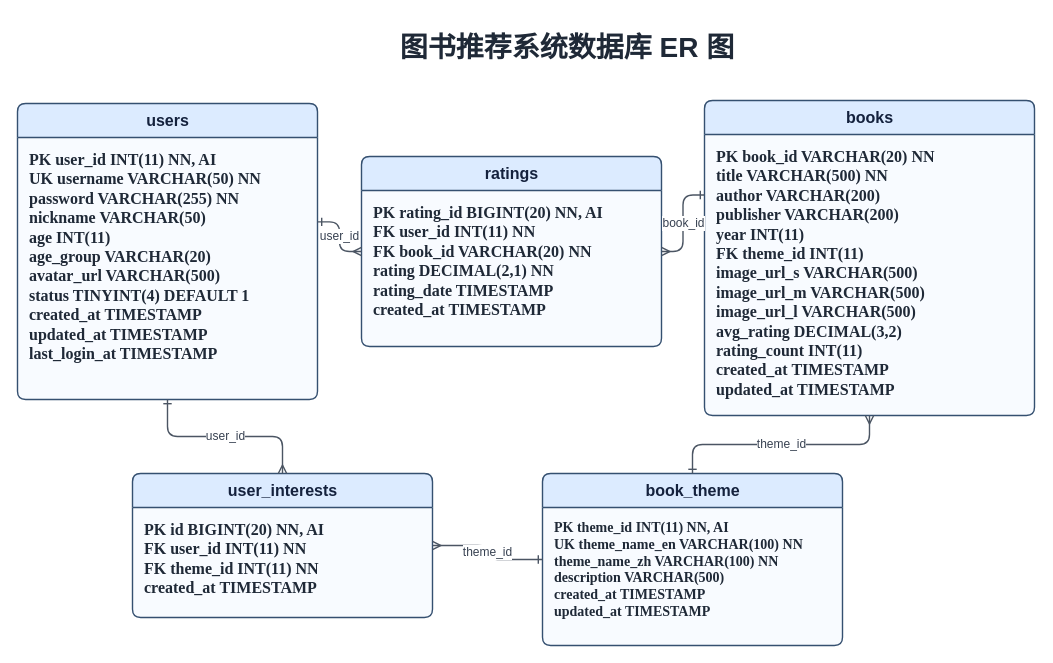
Before: docs/pic/er-diagram.drawio in CodeCodeUp/Books, a draw.io diagram. Source tidied: cells renumbered, new cells numbered last; positions are measured from the earlier drawing's top-left corner, leaving out a move shared by most shapes. Both pictures are drawn from the tidied source at 100%, with x=0, y=0 at pixel (17, 23).
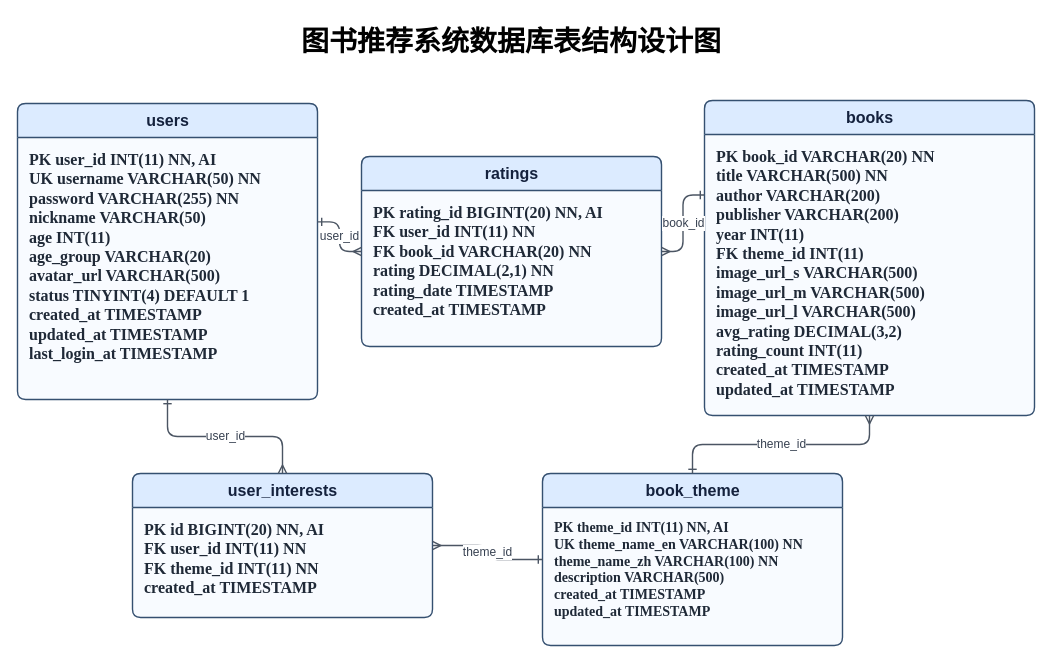
The same page after the edit.

Commit message (it also covers changes not shown here):
更正流程图

The edit, as a diff of the source:
```diff
@@
 <mxGraphModel>
   <root>
     <mxCell id="0" />
     <mxCell id="1" parent="0" />
-    <mxCell id="2" value="图书推荐系统数据库 ER 图" style="text;html=1;fontSize=28;fontStyle=1;fontColor=#1F2937;align=center;verticalAlign=middle;whiteSpace=wrap;" parent="1" vertex="1">
-      <mxGeometry x="280" width="540" height="48" as="geometry" />
+    <mxCell id="2" value="&lt;font face=&quot;Helvetica&quot; style=&quot;color: rgb(0, 0, 0);&quot;&gt;&lt;span style=&quot;line-height: 150%;&quot;&gt;图书推荐系统数据库表结构设计图&lt;/span&gt;&lt;/font&gt;" style="text;html=1;fontSize=28;fontStyle=1;fontColor=#1F2937;align=center;verticalAlign=middle;whiteSpace=wrap;" parent="1" vertex="1">
+      <mxGeometry x="224" y="-6" width="540" height="48" as="geometry" />
     </mxCell>
     <mxCell id="3" value="users" style="swimlane;fontStyle=1;startSize=34;rounded=1;arcSize=8;fillColor=#DCEBFF;swimlaneFillColor=#F8FBFF;strokeColor=#355070;strokeWidth=1.4;fontSize=16;fontColor=#14213D;align=center;html=1;" parent="1" vertex="1">
       <mxGeometry y="80" width="300" height="296" as="geometry" />
     </mxCell>
     <mxCell id="4" value="&lt;font style=&quot;font-size: 16px;&quot; face=&quot;Times New Roman&quot;&gt;&lt;b&gt;PK  user_id        INT(11)       NN, AI&lt;br&gt;UK  username       VARCHAR(50)   NN&lt;br&gt;    password       VARCHAR(255)  NN&lt;br&gt;    nickname       VARCHAR(50)&lt;br&gt;    age            INT(11)&lt;br&gt;    age_group      VARCHAR(20)&lt;br&gt;    avatar_url     VARCHAR(500)&lt;br&gt;    status         TINYINT(4)    DEFAULT 1&lt;br&gt;    created_at     TIMESTAMP&lt;br&gt;    updated_at     TIMESTAMP&lt;br&gt;    last_login_at  TIMESTAMP&lt;/b&gt;&lt;/font&gt;" style="text;html=1;fontSize=12;fontFamily=Courier New;fontColor=#1F2937;align=left;verticalAlign=top;spacingTop=6;spacingLeft=10;fillColor=none;strokeColor=none;" parent="3" vertex="1">
       <mxGeometry y="34" width="300" height="262" as="geometry" />
     </mxCell>
     <mxCell id="5" value="ratings" style="swimlane;fontStyle=1;startSize=34;rounded=1;arcSize=8;fillColor=#DCEBFF;swimlaneFillColor=#F8FBFF;strokeColor=#355070;strokeWidth=1.4;fontSize=16;fontColor=#14213D;align=center;html=1;" parent="1" vertex="1">
       <mxGeometry x="344" y="133" width="300" height="190" as="geometry" />
     </mxCell>
     <mxCell id="6" value="&lt;font style=&quot;font-size: 16px;&quot; face=&quot;Times New Roman&quot;&gt;&lt;b&gt;PK  rating_id      BIGINT(20)    NN, AI&lt;br&gt;FK  user_id        INT(11)       NN&lt;br&gt;FK  book_id        VARCHAR(20)   NN&lt;br&gt;    rating         DECIMAL(2,1)  NN&lt;br&gt;    rating_date    TIMESTAMP&lt;br&gt;    created_at     TIMESTAMP&lt;/b&gt;&lt;/font&gt;" style="text;html=1;fontSize=12;fontFamily=Courier New;fontColor=#1F2937;align=left;verticalAlign=top;spacingTop=6;spacingLeft=10;fillColor=none;strokeColor=none;" parent="5" vertex="1">
       <mxGeometry y="34" width="300" height="156" as="geometry" />
     </mxCell>
     <mxCell id="7" value="books" style="swimlane;fontStyle=1;startSize=34;rounded=1;arcSize=8;fillColor=#DCEBFF;swimlaneFillColor=#F8FBFF;strokeColor=#355070;strokeWidth=1.4;fontSize=16;fontColor=#14213D;align=center;html=1;" parent="1" vertex="1">
       <mxGeometry x="687" y="77" width="330" height="315" as="geometry" />
     </mxCell>
     <mxCell id="8" value="&lt;font face=&quot;Times New Roman&quot; style=&quot;font-size: 16px;&quot;&gt;&lt;b&gt;PK  book_id        VARCHAR(20)   NN&lt;br&gt;    title          VARCHAR(500)  NN&lt;br&gt;    author         VARCHAR(200)&lt;br&gt;    publisher      VARCHAR(200)&lt;br&gt;    year           INT(11)&lt;br&gt;FK  theme_id       INT(11)&lt;br&gt;    image_url_s    VARCHAR(500)&lt;br&gt;    image_url_m    VARCHAR(500)&lt;br&gt;    image_url_l    VARCHAR(500)&lt;br&gt;    avg_rating     DECIMAL(3,2)&lt;br&gt;    rating_count   INT(11)&lt;br&gt;    created_at     TIMESTAMP&lt;br&gt;    updated_at     TIMESTAMP&lt;/b&gt;&lt;/font&gt;" style="text;html=1;fontSize=12;fontFamily=Courier New;fontColor=#1F2937;align=left;verticalAlign=top;spacingTop=6;spacingLeft=10;fillColor=none;strokeColor=none;" parent="7" vertex="1">
       <mxGeometry y="34" width="330" height="312" as="geometry" />
     </mxCell>
     <mxCell id="9" value="user_interests" style="swimlane;fontStyle=1;startSize=34;rounded=1;arcSize=8;fillColor=#DCEBFF;swimlaneFillColor=#F8FBFF;strokeColor=#355070;strokeWidth=1.4;fontSize=16;fontColor=#14213D;align=center;html=1;" parent="1" vertex="1">
       <mxGeometry x="115" y="450" width="300" height="144" as="geometry" />
     </mxCell>
     <mxCell id="10" value="&lt;font style=&quot;font-size: 16px;&quot; face=&quot;Times New Roman&quot;&gt;&lt;b&gt;PK  id             BIGINT(20)    NN, AI&lt;br&gt;FK  user_id        INT(11)       NN&lt;br&gt;FK  theme_id       INT(11)       NN&lt;br&gt;    created_at     TIMESTAMP&lt;/b&gt;&lt;/font&gt;" style="text;html=1;fontSize=12;fontFamily=Courier New;fontColor=#1F2937;align=left;verticalAlign=top;spacingTop=6;spacingLeft=10;fillColor=none;strokeColor=none;" parent="9" vertex="1">
       <mxGeometry y="34" width="300" height="110" as="geometry" />
     </mxCell>
     <mxCell id="11" value="book_theme" style="swimlane;fontStyle=1;startSize=34;rounded=1;arcSize=8;fillColor=#DCEBFF;swimlaneFillColor=#F8FBFF;strokeColor=#355070;strokeWidth=1.4;fontSize=16;fontColor=#14213D;align=center;html=1;" parent="1" vertex="1">
       <mxGeometry x="525" y="450" width="300" height="172" as="geometry" />
     </mxCell>
     <mxCell id="12" value="&lt;font style=&quot;font-size: 14px;&quot; face=&quot;Times New Roman&quot;&gt;&lt;b style=&quot;&quot;&gt;PK  theme_id       INT(11)       NN, AI&lt;br&gt;UK  theme_name_en  VARCHAR(100)  NN&lt;br&gt;    theme_name_zh  VARCHAR(100)  NN&lt;br&gt;    description    VARCHAR(500)&lt;br&gt;    created_at     TIMESTAMP&lt;br&gt;    updated_at     TIMESTAMP&lt;/b&gt;&lt;/font&gt;" style="text;html=1;fontSize=12;fontFamily=Courier New;fontColor=#1F2937;align=left;verticalAlign=top;spacingTop=6;spacingLeft=10;fillColor=none;strokeColor=none;" parent="11" vertex="1">
       <mxGeometry y="34" width="300" height="130" as="geometry" />
     </mxCell>
     <mxCell id="13" value="user_id" style="edgeStyle=orthogonalEdgeStyle;rounded=1;strokeColor=#4B5563;strokeWidth=1.4;startArrow=ERone;startFill=0;endArrow=ERmany;endFill=0;fontSize=12;fontColor=#374151;labelBackgroundColor=#FFFFFF;jettySize=auto;html=1;exitX=1;exitY=0.4;entryX=0;entryY=0.5;" parent="1" edge="1" source="3" target="5">
       <mxGeometry relative="1" as="geometry" />
     </mxCell>
     <mxCell id="14" value="book_id" style="edgeStyle=orthogonalEdgeStyle;rounded=1;strokeColor=#4B5563;strokeWidth=1.4;startArrow=ERone;startFill=0;endArrow=ERmany;endFill=0;fontSize=12;fontColor=#374151;labelBackgroundColor=#FFFFFF;jettySize=auto;html=1;exitX=0;exitY=0.3;entryX=1;entryY=0.5;" parent="1" edge="1" source="7" target="5">
       <mxGeometry relative="1" as="geometry" />
     </mxCell>
     <mxCell id="15" value="theme_id" style="edgeStyle=orthogonalEdgeStyle;rounded=1;strokeColor=#4B5563;strokeWidth=1.4;startArrow=ERone;startFill=0;endArrow=ERmany;endFill=0;fontSize=12;fontColor=#374151;labelBackgroundColor=#FFFFFF;jettySize=auto;html=1;exitX=0.5;exitY=0;entryX=0.5;entryY=1;" parent="1" edge="1" source="11" target="7">
       <mxGeometry relative="1" as="geometry" />
     </mxCell>
     <mxCell id="16" value="user_id" style="edgeStyle=orthogonalEdgeStyle;rounded=1;strokeColor=#4B5563;strokeWidth=1.4;startArrow=ERone;startFill=0;endArrow=ERmany;endFill=0;fontSize=12;fontColor=#374151;labelBackgroundColor=#FFFFFF;jettySize=auto;html=1;exitX=0.5;exitY=1;entryX=0.5;entryY=0;" parent="1" edge="1" source="3" target="9">
       <mxGeometry relative="1" as="geometry" />
     </mxCell>
     <mxCell id="17" value="theme_id" style="edgeStyle=orthogonalEdgeStyle;rounded=1;strokeColor=#4B5563;strokeWidth=1.4;startArrow=ERone;startFill=0;endArrow=ERmany;endFill=0;fontSize=12;fontColor=#374151;labelBackgroundColor=#FFFFFF;jettySize=auto;html=1;exitX=0;exitY=0.5;entryX=1;entryY=0.5;" parent="1" edge="1" source="11" target="9">
       <mxGeometry relative="1" as="geometry" />
     </mxCell>
   </root>
 </mxGraphModel>
```
